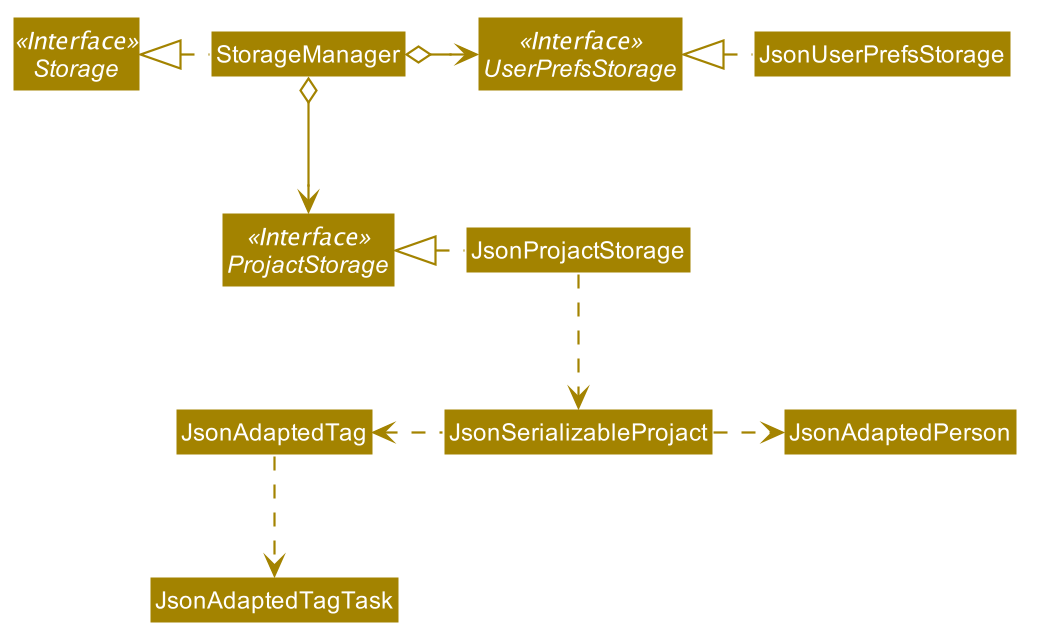
Earlier version of the PlantUML export docs/images/StorageClassDiagram.png (siqiang-ng/tp).
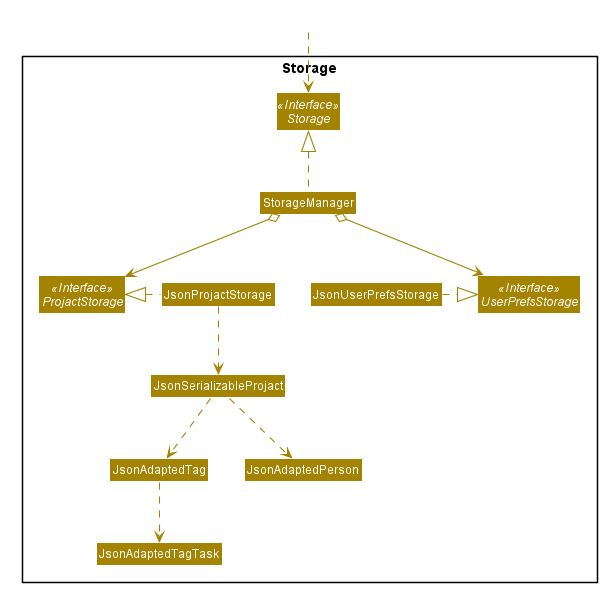
The same diagram one commit later.

Change to the diagram source:
```diff
@@ -51,6 +51,7 @@
 skinparam arrowColor #A38300
 skinparam classBackgroundColor #A38300
 
+Package Storage {
 Interface Storage <<Interface>>
 Interface UserPrefsStorage <<Interface>>
 Interface ProjactStorage <<Interface>>
@@ -58,15 +59,23 @@
 Class StorageManager
 Class JsonUserPrefsStorage
 Class JsonProjactStorage
+Class JsonSerializableProjact
+Class JsonAdaptedTag
+Class JsonAdaptedTagTask
+Class JsonAdaptedPerson
+}
 
-StorageManager .left.|> Storage
-StorageManager o-right-> UserPrefsStorage
+Class HiddenOutside #FFFFFF
+HiddenOutside ..> Storage
+
+StorageManager .up.|> Storage
+StorageManager o--> UserPrefsStorage
 StorageManager o--> ProjactStorage
 
-JsonUserPrefsStorage .left.|> UserPrefsStorage
+JsonUserPrefsStorage .right.|> UserPrefsStorage
 JsonProjactStorage .left.|> ProjactStorage
 JsonProjactStorage .down.> JsonSerializableProjact
-JsonSerializableProjact .right.> JsonAdaptedPerson
-JsonSerializableProjact .left.> JsonAdaptedTag
+JsonSerializableProjact ..> JsonAdaptedPerson
+JsonSerializableProjact ..> JsonAdaptedTag
 JsonAdaptedTag .down.> JsonAdaptedTagTask
 @enduml
```
